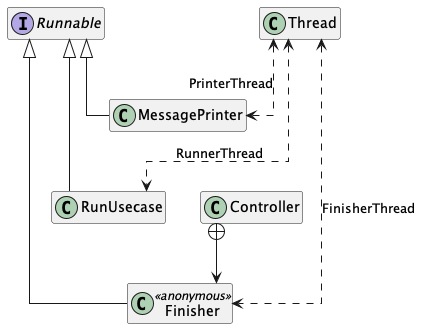
simonsuska/interpredit keeps this PlantUML diagram as docs/img/threads.png. Above is the earlier version.
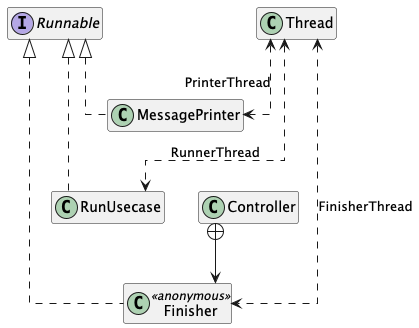
Above is the later version.

Change to the diagram source:
```diff
@@ -18,9 +18,9 @@
 Thread <..> RunUsecase : RunnerThread
 Thread <..> Finisher : FinisherThread
 Thread <..> MessagePrinter : PrinterThread
-Runnable <|-- RunUsecase
-Runnable <|-- Finisher
-Runnable <|-- MessagePrinter
+Runnable <|.. RunUsecase
+Runnable <|.. Finisher
+Runnable <|.. MessagePrinter
 Controller +--> Finisher
 
 RunUsecase -[hidden]- Finisher
```
